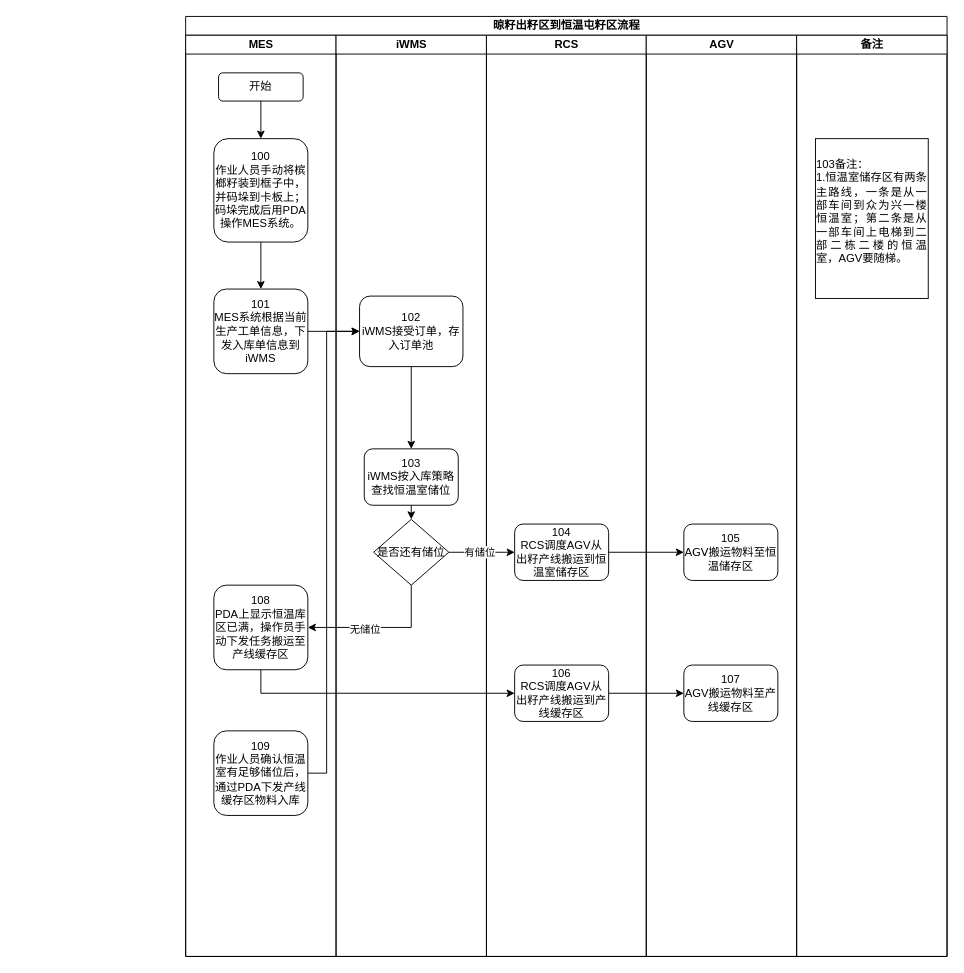
chenyanxi/hosts keeps this draw.io diagram as page "Page-1" (1 of 7) of data/晾籽出籽区到恒温屯籽区流程.drawio. Above is the earlier version. Source tidied: cells renumbered, new cells numbered last; positions are measured from the earlier drawing's top-left corner, leaving out a move shared by most shapes. Both pictures are drawn from the tidied source at 94%, with x=0, y=0 at pixel (185, 16).
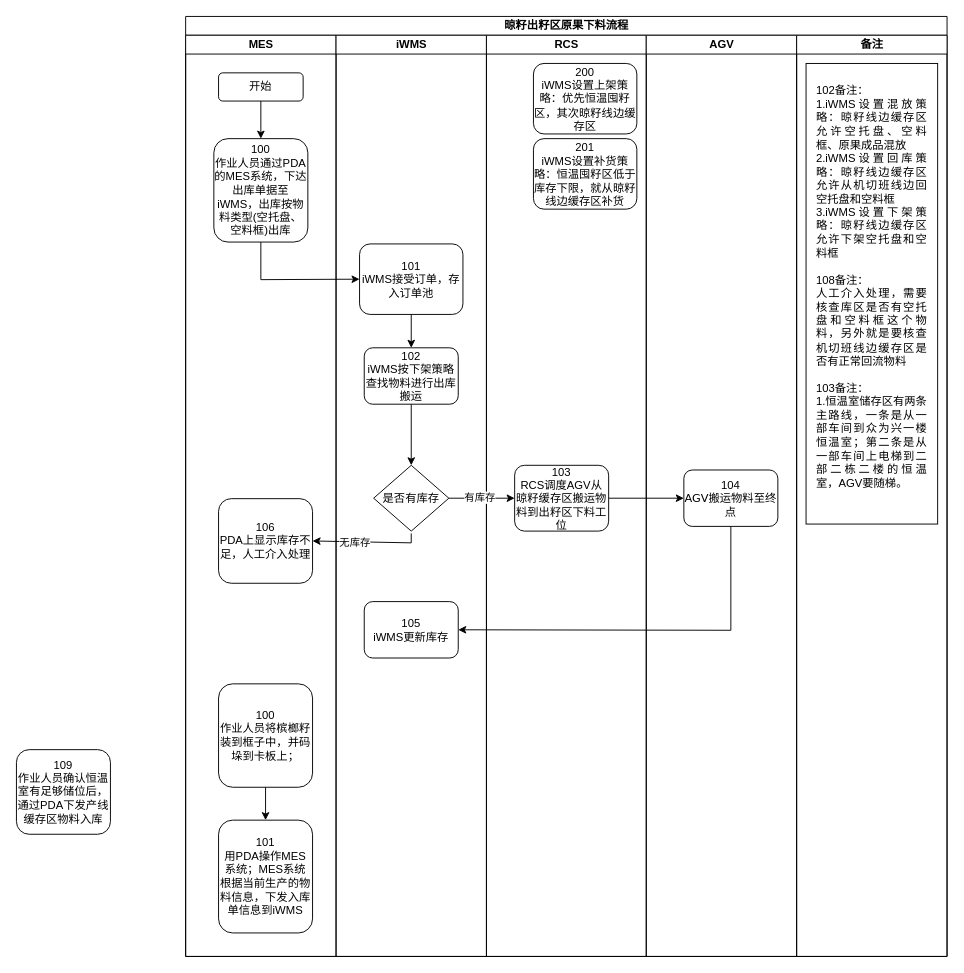
The same page after the edit.

Unchanged cells that the change refers to:
```xml
<mxCell id="3" value="MES" style="swimlane;html=1;startSize=20;" parent="2" vertex="1">
  <mxGeometry y="20" width="160" height="980" as="geometry" />
</mxCell>
<mxCell id="4" value="&lt;font style=&quot;font-size: 12px;&quot;&gt;开始&lt;/font&gt;" style="rounded=1;whiteSpace=wrap;html=1;shadow=0;labelBackgroundColor=none;strokeWidth=1;fontFamily=Verdana;fontSize=8;align=center;" parent="3" vertex="1">
  <mxGeometry x="35" y="40" width="90" height="30" as="geometry" />
</mxCell>
<mxCell id="11" value="iWMS" style="swimlane;html=1;startSize=20;" parent="2" vertex="1">
  <mxGeometry x="160" y="20" width="160" height="980" as="geometry" />
</mxCell>
<mxCell id="16" value="RCS" style="swimlane;html=1;startSize=20;" parent="2" vertex="1">
  <mxGeometry x="320" y="20" width="170" height="980" as="geometry" />
</mxCell>
<mxCell id="20" value="AGV" style="swimlane;html=1;startSize=20;" parent="2" vertex="1">
  <mxGeometry x="490" y="20" width="160" height="980" as="geometry" />
</mxCell>
<mxCell id="23" value="备注" style="swimlane;html=1;startSize=20;" parent="2" vertex="1">
  <mxGeometry x="650" y="20" width="160" height="980" as="geometry" />
</mxCell>
<mxCell id="30" style="endArrow=classic;html=1;rounded=0;exitX=1;exitY=0.5;exitDx=0;exitDy=0;entryX=0;entryY=0.5;entryDx=0;entryDy=0;" parent="2" edge="1" source="13" target="18">
  <mxGeometry relative="1" as="geometry" />
</mxCell>
```

Diff of the diagram source:
```diff
@@
-    <mxCell id="2" value="&lt;font style=&quot;font-size: 12px;&quot;&gt;晾籽出籽区到恒温屯籽区流程&lt;/font&gt;" style="swimlane;html=1;startSize=20;rounded=0;shadow=0;labelBackgroundColor=none;strokeWidth=1;fontFamily=Verdana;fontSize=8;align=center;" parent="1" vertex="1">
+    <mxCell id="2" value="&lt;font style=&quot;font-size: 12px;&quot;&gt;晾籽出籽区原果下料流程&lt;/font&gt;" style="swimlane;html=1;startSize=20;rounded=0;shadow=0;labelBackgroundColor=none;strokeWidth=1;fontFamily=Verdana;fontSize=8;align=center;" parent="1" vertex="1">
       <mxGeometry width="810" height="1000" as="geometry" />
     </mxCell>
@@
+    <mxCell id="9" value="&lt;div&gt;&lt;font face=&quot;Helvetica&quot; style=&quot;font-size: 12px;&quot;&gt;106&lt;/font&gt;&lt;/div&gt;&lt;font face=&quot;Helvetica&quot;&gt;&lt;span style=&quot;font-size: 12px;&quot;&gt;PDA上显示库存不足，人工介入处理&lt;/span&gt;&lt;/font&gt;" style="rounded=1;whiteSpace=wrap;html=1;shadow=0;labelBackgroundColor=none;strokeWidth=1;fontFamily=Verdana;fontSize=8;align=center;" parent="3" vertex="1">
+      <mxGeometry x="35" y="493" width="100" height="90" as="geometry" />
+    </mxCell>
+    <mxCell id="34" value="&lt;font style=&quot;font-size: 12px;&quot; face=&quot;Helvetica&quot;&gt;100&lt;/font&gt;&lt;div&gt;&lt;font style=&quot;font-size: 12px;&quot; face=&quot;Helvetica&quot;&gt;作业人员通过PDA的MES系统，下达出库单据至iWMS，出库按物料类型(空托盘、空料框)出库&lt;/font&gt;&lt;/div&gt;" style="rounded=1;whiteSpace=wrap;html=1;shadow=0;labelBackgroundColor=none;strokeWidth=1;fontFamily=Verdana;fontSize=8;align=center;" parent="3" vertex="1">
+      <mxGeometry x="30" y="110" width="100" height="110" as="geometry" />
+    </mxCell>
-    <mxCell id="5" value="&lt;font style=&quot;font-size: 12px;&quot; face=&quot;Helvetica&quot;&gt;100&lt;/font&gt;&lt;div&gt;&lt;font style=&quot;font-size: 12px;&quot; face=&quot;Helvetica&quot;&gt;作业人员手动将槟榔籽装到框子中，并码垛到卡板上；码垛完成后用PDA操作MES系统。&lt;/font&gt;&lt;/div&gt;" style="rounded=1;whiteSpace=wrap;html=1;shadow=0;labelBackgroundColor=none;strokeWidth=1;fontFamily=Verdana;fontSize=8;align=center;" parent="3" vertex="1">
-      <mxGeometry x="30" y="110" width="100" height="110" as="geometry" />
+    <mxCell id="5" value="&lt;font style=&quot;font-size: 12px;&quot; face=&quot;Helvetica&quot;&gt;100&lt;/font&gt;&lt;div&gt;&lt;font style=&quot;font-size: 12px;&quot; face=&quot;Helvetica&quot;&gt;作业人员将槟榔籽装到框子中，并码垛到卡板上；&lt;/font&gt;&lt;/div&gt;" style="rounded=1;whiteSpace=wrap;html=1;shadow=0;labelBackgroundColor=none;strokeWidth=1;fontFamily=Verdana;fontSize=8;align=center;" parent="3" vertex="1">
+      <mxGeometry x="35" y="690" width="100" height="110" as="geometry" />
     </mxCell>
-    <mxCell id="6" style="endArrow=classic;html=1;rounded=0;exitX=0.5;exitY=1;exitDx=0;exitDy=0;entryX=0.5;entryY=0;entryDx=0;entryDy=0;" parent="3" edge="1" source="4" target="5">
-      <mxGeometry relative="1" as="geometry" />
-    </mxCell>
-    <mxCell id="7" value="&lt;div&gt;&lt;font face=&quot;Helvetica&quot; style=&quot;font-size: 12px;&quot;&gt;101&lt;/font&gt;&lt;/div&gt;&lt;font style=&quot;font-size: 12px;&quot; face=&quot;Helvetica&quot;&gt;MES系统根据当前生产工单信息，下发入库单信息到iWMS&lt;/font&gt;" style="rounded=1;whiteSpace=wrap;html=1;shadow=0;labelBackgroundColor=none;strokeWidth=1;fontFamily=Verdana;fontSize=8;align=center;" parent="3" vertex="1">
-      <mxGeometry x="30" y="270" width="100" height="90" as="geometry" />
+    <mxCell id="7" value="&lt;div&gt;&lt;font face=&quot;Helvetica&quot; style=&quot;font-size: 12px;&quot;&gt;101&lt;/font&gt;&lt;/div&gt;&lt;span style=&quot;font-family: Helvetica; font-size: 12px;&quot;&gt;用PDA操作MES系统；&lt;/span&gt;&lt;font style=&quot;font-size: 12px;&quot; face=&quot;Helvetica&quot;&gt;MES系统根据当前生产的物料信息，下发入库单信息到iWMS&lt;/font&gt;" style="rounded=1;whiteSpace=wrap;html=1;shadow=0;labelBackgroundColor=none;strokeWidth=1;fontFamily=Verdana;fontSize=8;align=center;" parent="3" vertex="1">
+      <mxGeometry x="35" y="835" width="100" height="120" as="geometry" />
     </mxCell>
@@
-    <mxCell id="9" value="&lt;div&gt;&lt;font face=&quot;Helvetica&quot; style=&quot;font-size: 12px;&quot;&gt;108&lt;/font&gt;&lt;/div&gt;&lt;font face=&quot;Helvetica&quot;&gt;&lt;span style=&quot;font-size: 12px;&quot;&gt;PDA上显示恒温库区已满，操作员手动下发任务搬运至产线缓存区&lt;/span&gt;&lt;/font&gt;" style="rounded=1;whiteSpace=wrap;html=1;shadow=0;labelBackgroundColor=none;strokeWidth=1;fontFamily=Verdana;fontSize=8;align=center;" parent="3" vertex="1">
-      <mxGeometry x="30" y="585" width="100" height="90" as="geometry" />
-    </mxCell>
-    <mxCell id="10" value="&lt;div&gt;&lt;font face=&quot;Helvetica&quot; style=&quot;font-size: 12px;&quot;&gt;109&lt;/font&gt;&lt;/div&gt;&lt;font face=&quot;Helvetica&quot;&gt;&lt;span style=&quot;font-size: 12px;&quot;&gt;作业人员确认恒温室有足够储位后，通过PDA下发产线缓存区物料入库&lt;/span&gt;&lt;/font&gt;" style="rounded=1;whiteSpace=wrap;html=1;shadow=0;labelBackgroundColor=none;strokeWidth=1;fontFamily=Verdana;fontSize=8;align=center;" parent="3" vertex="1">
-      <mxGeometry x="30" y="740" width="100" height="90" as="geometry" />
-    </mxCell>
+    <mxCell id="35" style="endArrow=classic;html=1;rounded=0;exitX=0.5;exitY=1;exitDx=0;exitDy=0;entryX=0.5;entryY=0;entryDx=0;entryDy=0;" parent="3" edge="1" source="4" target="34">
+      <mxGeometry relative="1" as="geometry" />
+    </mxCell>
@@
-    <mxCell id="12" value="&lt;font style=&quot;font-size: 12px;&quot; face=&quot;Helvetica&quot;&gt;102&lt;/font&gt;&lt;div&gt;&lt;font style=&quot;font-size: 12px;&quot; face=&quot;Helvetica&quot;&gt;iWMS接受订单，存入订单池&lt;/font&gt;&lt;/div&gt;" style="rounded=1;whiteSpace=wrap;html=1;shadow=0;labelBackgroundColor=none;strokeWidth=1;fontFamily=Verdana;fontSize=8;align=center;" parent="11" vertex="1">
-      <mxGeometry x="25" y="277.5" width="110" height="75" as="geometry" />
+    <mxCell id="12" value="&lt;font style=&quot;font-size: 12px;&quot; face=&quot;Helvetica&quot;&gt;101&lt;/font&gt;&lt;div&gt;&lt;font style=&quot;font-size: 12px;&quot; face=&quot;Helvetica&quot;&gt;iWMS接受订单，存入订单池&lt;/font&gt;&lt;/div&gt;" style="rounded=1;whiteSpace=wrap;html=1;shadow=0;labelBackgroundColor=none;strokeWidth=1;fontFamily=Verdana;fontSize=8;align=center;" parent="11" vertex="1">
+      <mxGeometry x="25" y="222" width="110" height="75" as="geometry" />
     </mxCell>
-    <mxCell id="13" value="&lt;font style=&quot;font-size: 12px;&quot; face=&quot;Helvetica&quot;&gt;是否还有储位&lt;/font&gt;" style="rhombus;whiteSpace=wrap;html=1;rounded=0;shadow=0;labelBackgroundColor=none;strokeWidth=1;fontFamily=Verdana;fontSize=8;align=center;" parent="11" vertex="1">
-      <mxGeometry x="40" y="515" width="80" height="70" as="geometry" />
+    <mxCell id="13" value="&lt;font face=&quot;Helvetica&quot;&gt;&lt;span style=&quot;font-size: 12px;&quot;&gt;是否有库存&lt;/span&gt;&lt;/font&gt;" style="rhombus;whiteSpace=wrap;html=1;rounded=0;shadow=0;labelBackgroundColor=none;strokeWidth=1;fontFamily=Verdana;fontSize=8;align=center;" parent="11" vertex="1">
+      <mxGeometry x="40" y="457.5" width="80" height="70" as="geometry" />
     </mxCell>
-    <mxCell id="14" style="endArrow=classic;html=1;rounded=0;exitX=0.5;exitY=1;exitDx=0;exitDy=0;entryX=1;entryY=0.5;entryDx=0;entryDy=0;" parent="11" edge="1" target="9">
+    <mxCell id="14" style="endArrow=classic;html=1;rounded=0;entryX=1;entryY=0.5;entryDx=0;entryDy=0;" parent="11" edge="1" target="9">
       <mxGeometry relative="1" as="geometry">
-        <mxPoint x="80" y="585" as="sourcePoint" />
+        <mxPoint x="80" y="530" as="sourcePoint" />
         <Array as="points">
-          <mxPoint x="80" y="630" />
+          <mxPoint x="80" y="540" />
         </Array>
       </mxGeometry>
     </mxCell>
-    <mxCell id="15" value="无储位" style="edgeLabel;html=1;align=center;verticalAlign=middle;" parent="14" vertex="1">
+    <mxCell id="15" value="无库存" style="edgeLabel;html=1;align=center;verticalAlign=middle;" parent="14" vertex="1">
       <mxGeometry x="0.22" y="1" relative="1" as="geometry" />
     </mxCell>
+    <mxCell id="17" value="&lt;font style=&quot;font-size: 12px;&quot; face=&quot;Helvetica&quot;&gt;102&lt;/font&gt;&lt;div&gt;&lt;font style=&quot;font-size: 12px;&quot; face=&quot;Helvetica&quot;&gt;iWMS按下架策略查找物料进行出库搬运&lt;/font&gt;&lt;/div&gt;" style="rounded=1;whiteSpace=wrap;html=1;shadow=0;labelBackgroundColor=none;strokeWidth=1;fontFamily=Verdana;fontSize=8;align=center;" parent="11" vertex="1">
+      <mxGeometry x="30" y="332.5" width="100" height="60" as="geometry" />
+    </mxCell>
+    <mxCell id="26" style="endArrow=classic;html=1;rounded=0;exitX=0.5;exitY=1;exitDx=0;exitDy=0;entryX=0.5;entryY=0;entryDx=0;entryDy=0;" parent="11" edge="1" source="12" target="17">
+      <mxGeometry relative="1" as="geometry" />
+    </mxCell>
+    <mxCell id="29" style="endArrow=classic;html=1;rounded=0;exitX=0.5;exitY=1;exitDx=0;exitDy=0;entryX=0.5;entryY=0;entryDx=0;entryDy=0;" parent="11" edge="1" source="17" target="13">
+      <mxGeometry relative="1" as="geometry" />
+    </mxCell>
+    <mxCell id="36" value="&lt;font style=&quot;font-size: 12px;&quot; face=&quot;Helvetica&quot;&gt;105&lt;/font&gt;&lt;div&gt;&lt;font style=&quot;font-size: 12px;&quot; face=&quot;Helvetica&quot;&gt;iWMS更新库存&lt;/font&gt;&lt;/div&gt;" style="rounded=1;whiteSpace=wrap;html=1;shadow=0;labelBackgroundColor=none;strokeWidth=1;fontFamily=Verdana;fontSize=8;align=center;" parent="11" vertex="1">
+      <mxGeometry x="30" y="602.5" width="100" height="60" as="geometry" />
+    </mxCell>
@@
-    <mxCell id="17" value="&lt;font style=&quot;font-size: 12px;&quot; face=&quot;Helvetica&quot;&gt;103&lt;/font&gt;&lt;div&gt;&lt;font style=&quot;font-size: 12px;&quot; face=&quot;Helvetica&quot;&gt;iWMS按入库策略查找恒温室储位&lt;/font&gt;&lt;/div&gt;" style="rounded=1;whiteSpace=wrap;html=1;shadow=0;labelBackgroundColor=none;strokeWidth=1;fontFamily=Verdana;fontSize=8;align=center;" parent="16" vertex="1">
-      <mxGeometry x="-130" y="440" width="100" height="60" as="geometry" />
-    </mxCell>
-    <mxCell id="18" value="&lt;font style=&quot;font-size: 12px;&quot; face=&quot;Helvetica&quot;&gt;104&lt;/font&gt;&lt;div&gt;&lt;font style=&quot;font-size: 12px;&quot; face=&quot;Helvetica&quot;&gt;RCS调度AGV从出籽产线搬运到恒温室储存区&lt;/font&gt;&lt;/div&gt;" style="rounded=1;whiteSpace=wrap;html=1;shadow=0;labelBackgroundColor=none;strokeWidth=1;fontFamily=Verdana;fontSize=8;align=center;" parent="16" vertex="1">
-      <mxGeometry x="30" y="520" width="100" height="60" as="geometry" />
+    <mxCell id="18" value="&lt;font style=&quot;font-size: 12px;&quot; face=&quot;Helvetica&quot;&gt;103&lt;/font&gt;&lt;div&gt;&lt;font style=&quot;font-size: 12px;&quot; face=&quot;Helvetica&quot;&gt;RCS调度AGV从晾籽缓存区搬运物料到出籽区下料工位&lt;/font&gt;&lt;/div&gt;" style="rounded=1;whiteSpace=wrap;html=1;shadow=0;labelBackgroundColor=none;strokeWidth=1;fontFamily=Verdana;fontSize=8;align=center;" parent="16" vertex="1">
+      <mxGeometry x="30" y="457.5" width="100" height="70" as="geometry" />
     </mxCell>
-    <mxCell id="19" value="&lt;font style=&quot;font-size: 12px;&quot; face=&quot;Helvetica&quot;&gt;106&lt;/font&gt;&lt;div&gt;&lt;font style=&quot;font-size: 12px;&quot; face=&quot;Helvetica&quot;&gt;RCS调度AGV从出籽产线搬运到产线缓存区&lt;/font&gt;&lt;/div&gt;" style="rounded=1;whiteSpace=wrap;html=1;shadow=0;labelBackgroundColor=none;strokeWidth=1;fontFamily=Verdana;fontSize=8;align=center;" parent="16" vertex="1">
-      <mxGeometry x="30" y="670" width="100" height="60" as="geometry" />
-    </mxCell>
+    <mxCell id="37" value="&lt;font style=&quot;font-size: 12px;&quot; face=&quot;Helvetica&quot;&gt;201&lt;/font&gt;&lt;div&gt;&lt;font style=&quot;font-size: 12px;&quot; face=&quot;Helvetica&quot;&gt;iWMS设置补货策略：恒温囤籽区低于库存下限，就从晾籽线边缓存区补货&lt;/font&gt;&lt;/div&gt;" style="rounded=1;whiteSpace=wrap;html=1;shadow=0;labelBackgroundColor=none;strokeWidth=1;fontFamily=Verdana;fontSize=8;align=center;" parent="16" vertex="1">
+      <mxGeometry x="50" y="110" width="110" height="75" as="geometry" />
+    </mxCell>
+    <mxCell id="38" value="&lt;font style=&quot;font-size: 12px;&quot; face=&quot;Helvetica&quot;&gt;200&lt;/font&gt;&lt;div&gt;&lt;font style=&quot;font-size: 12px;&quot; face=&quot;Helvetica&quot;&gt;iWMS设置上架策略：优先恒温囤籽区，其次晾籽线边缓存区&lt;/font&gt;&lt;/div&gt;" style="rounded=1;whiteSpace=wrap;html=1;shadow=0;labelBackgroundColor=none;strokeWidth=1;fontFamily=Verdana;fontSize=8;align=center;" parent="16" vertex="1">
+      <mxGeometry x="50" y="30" width="110" height="75" as="geometry" />
+    </mxCell>
@@
-    <mxCell id="21" value="&lt;font style=&quot;font-size: 12px;&quot; face=&quot;Helvetica&quot;&gt;105&lt;/font&gt;&lt;div&gt;&lt;font style=&quot;font-size: 12px;&quot;&gt;AGV搬运物料至恒温储存区&lt;/font&gt;&lt;/div&gt;" style="rounded=1;whiteSpace=wrap;html=1;shadow=0;labelBackgroundColor=none;strokeWidth=1;fontFamily=Verdana;fontSize=8;align=center;" parent="20" vertex="1">
-      <mxGeometry x="40" y="520" width="100" height="60" as="geometry" />
+    <mxCell id="21" value="&lt;font style=&quot;font-size: 12px;&quot; face=&quot;Helvetica&quot;&gt;104&lt;/font&gt;&lt;div&gt;&lt;font style=&quot;font-size: 12px;&quot;&gt;AGV搬运物料至终点&lt;/font&gt;&lt;/div&gt;" style="rounded=1;whiteSpace=wrap;html=1;shadow=0;labelBackgroundColor=none;strokeWidth=1;fontFamily=Verdana;fontSize=8;align=center;" parent="20" vertex="1">
+      <mxGeometry x="40" y="462.5" width="100" height="60" as="geometry" />
     </mxCell>
-    <mxCell id="22" value="&lt;font style=&quot;font-size: 12px;&quot; face=&quot;Helvetica&quot;&gt;107&lt;/font&gt;&lt;div&gt;&lt;font style=&quot;font-size: 12px;&quot; face=&quot;Helvetica&quot;&gt;AGV搬运物料至产线缓存区&lt;/font&gt;&lt;/div&gt;" style="rounded=1;whiteSpace=wrap;html=1;shadow=0;labelBackgroundColor=none;strokeWidth=1;fontFamily=Verdana;fontSize=8;align=center;" parent="20" vertex="1">
-      <mxGeometry x="40" y="670" width="100" height="60" as="geometry" />
-    </mxCell>
@@
-    <mxCell id="24" value="&lt;div style=&quot;text-align: justify;&quot;&gt;103备注：&lt;/div&gt;&lt;div style=&quot;text-align: justify;&quot;&gt;1.恒温室储存区有两条主路线，一条是从一部车间到众为兴一楼恒温室；第二条是从一部车间上电梯到二部二栋二楼的恒温室，AGV要随梯。&lt;/div&gt;&lt;div style=&quot;text-align: justify;&quot;&gt;&lt;br&gt;&lt;/div&gt;" style="rounded=0;whiteSpace=wrap;html=1;" parent="23" vertex="1">
-      <mxGeometry x="20" y="110" width="120" height="170" as="geometry" />
+    <mxCell id="24" value="&lt;div style=&quot;text-align: justify;&quot;&gt;102备注：&lt;/div&gt;&lt;div style=&quot;text-align: justify;&quot;&gt;&lt;span style=&quot;text-align: center;&quot;&gt;1.iWMS设置混放策略：晾籽线边缓存区允许空托盘、空料框、原果成品混放&lt;/span&gt;&lt;/div&gt;&lt;div style=&quot;text-align: justify;&quot;&gt;&lt;span style=&quot;text-align: center;&quot;&gt;2.iWMS设置回库策略：晾籽线边缓存区允许从机切班线边回空托盘和空料框&lt;/span&gt;&lt;span style=&quot;text-align: center;&quot;&gt;&lt;/span&gt;&lt;/div&gt;&lt;div style=&quot;text-align: justify;&quot;&gt;&lt;span style=&quot;text-align: center;&quot;&gt;3.iWMS设置下架策略：晾籽线边缓存区允许下架空托盘和空料框&lt;/span&gt;&lt;span style=&quot;text-align: center;&quot;&gt;&lt;/span&gt;&lt;/div&gt;&lt;div style=&quot;text-align: justify;&quot;&gt;&lt;span style=&quot;text-align: center;&quot;&gt;&lt;br&gt;&lt;/span&gt;&lt;/div&gt;&lt;div style=&quot;text-align: justify;&quot;&gt;&lt;span style=&quot;text-align: center;&quot;&gt;108备注：&lt;/span&gt;&lt;/div&gt;&lt;div style=&quot;text-align: justify;&quot;&gt;人工介入处理，需要核查库区是否有空托盘和空料框这个物料，另外就是要核查机切班线边缓存区是否有正常回流物料&lt;/div&gt;&lt;div style=&quot;text-align: justify;&quot;&gt;&lt;br&gt;&lt;/div&gt;&lt;div style=&quot;text-align: justify;&quot;&gt;103备注：&lt;/div&gt;&lt;div style=&quot;text-align: justify;&quot;&gt;1.恒温室储存区有两条主路线，一条是从一部车间到众为兴一楼恒温室；第二条是从一部车间上电梯到二部二栋二楼的恒温室，AGV要随梯。&lt;/div&gt;&lt;div style=&quot;text-align: justify;&quot;&gt;&lt;br&gt;&lt;/div&gt;" style="rounded=0;whiteSpace=wrap;html=1;spacingTop=5;spacingLeft=10;spacingBottom=5;spacingRight=10;" parent="23" vertex="1">
+      <mxGeometry x="10" y="30" width="140" height="490" as="geometry" />
     </mxCell>
-    <mxCell id="25" style="endArrow=classic;html=1;rounded=0;exitX=1;exitY=0.5;exitDx=0;exitDy=0;entryX=0;entryY=0.5;entryDx=0;entryDy=0;" parent="2" edge="1" source="7" target="12">
-      <mxGeometry relative="1" as="geometry" />
-    </mxCell>
-    <mxCell id="26" style="endArrow=classic;html=1;rounded=0;exitX=0.5;exitY=1;exitDx=0;exitDy=0;entryX=0.5;entryY=0;entryDx=0;entryDy=0;" parent="2" edge="1" source="12" target="17">
-      <mxGeometry relative="1" as="geometry" />
-    </mxCell>
@@
-    <mxCell id="28" style="endArrow=classic;html=1;rounded=0;exitX=1;exitY=0.5;exitDx=0;exitDy=0;entryX=0;entryY=0.5;entryDx=0;entryDy=0;" parent="2" edge="1" source="19" target="22">
-      <mxGeometry relative="1" as="geometry" />
-    </mxCell>
-    <mxCell id="29" style="endArrow=classic;html=1;rounded=0;exitX=0.5;exitY=1;exitDx=0;exitDy=0;entryX=0.5;entryY=0;entryDx=0;entryDy=0;" parent="2" edge="1" source="17" target="13">
-      <mxGeometry relative="1" as="geometry" />
-    </mxCell>
@@
-    <mxCell id="31" value="有储位" style="edgeLabel;html=1;align=center;verticalAlign=middle;" parent="30" vertex="1">
+    <mxCell id="31" value="有库存" style="edgeLabel;html=1;align=center;verticalAlign=middle;" parent="30" vertex="1">
       <mxGeometry x="-0.1" y="1" relative="1" as="geometry" />
     </mxCell>
-    <mxCell id="32" style="endArrow=classic;html=1;rounded=0;exitX=0.5;exitY=1;exitDx=0;exitDy=0;entryX=0;entryY=0.5;entryDx=0;entryDy=0;" parent="2" edge="1" source="9" target="19">
-      <mxGeometry relative="1" as="geometry">
-        <Array as="points">
-          <mxPoint x="80" y="720" />
-        </Array>
-      </mxGeometry>
-    </mxCell>
-    <mxCell id="33" style="endArrow=classic;html=1;rounded=0;exitX=1;exitY=0.5;exitDx=0;exitDy=0;entryX=0;entryY=0.5;entryDx=0;entryDy=0;" parent="2" edge="1" source="10" target="12">
-      <mxGeometry relative="1" as="geometry">
-        <Array as="points">
-          <mxPoint x="150" y="805" />
-          <mxPoint x="150" y="335" />
-        </Array>
-      </mxGeometry>
-    </mxCell>
+    <mxCell id="39" style="endArrow=classic;html=1;rounded=0;exitX=0.5;exitY=1;exitDx=0;exitDy=0;entryX=1;entryY=0.5;entryDx=0;entryDy=0;" parent="2" edge="1" source="21" target="36">
+      <mxGeometry relative="1" as="geometry">
+        <Array as="points">
+          <mxPoint x="580" y="653" />
+        </Array>
+      </mxGeometry>
+    </mxCell>
+    <mxCell id="40" style="endArrow=classic;html=1;rounded=0;exitX=0.5;exitY=1;exitDx=0;exitDy=0;entryX=0;entryY=0.5;entryDx=0;entryDy=0;" parent="2" edge="1" source="34" target="12">
+      <mxGeometry relative="1" as="geometry">
+        <Array as="points">
+          <mxPoint x="80" y="280" />
+        </Array>
+      </mxGeometry>
+    </mxCell>
+    <mxCell id="10" value="&lt;div&gt;&lt;font face=&quot;Helvetica&quot; style=&quot;font-size: 12px;&quot;&gt;109&lt;/font&gt;&lt;/div&gt;&lt;font face=&quot;Helvetica&quot;&gt;&lt;span style=&quot;font-size: 12px;&quot;&gt;作业人员确认恒温室有足够储位后，通过PDA下发产线缓存区物料入库&lt;/span&gt;&lt;/font&gt;" style="rounded=1;whiteSpace=wrap;html=1;shadow=0;labelBackgroundColor=none;strokeWidth=1;fontFamily=Verdana;fontSize=8;align=center;" parent="1" vertex="1">
+      <mxGeometry x="-180" y="780" width="100" height="90" as="geometry" />
+    </mxCell>
```
